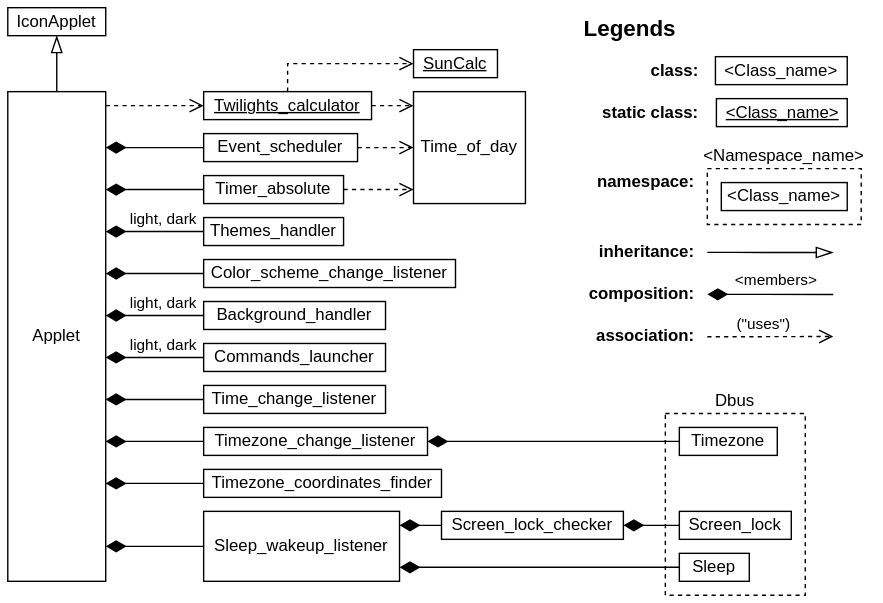
Before: auto-dark-light@gihaume/files/auto-dark-light@gihaume/lib/CLASSES HIERARCHY.drawio.svg, a diagram exported from draw.io (linuxmint/cinnamon-spices-applets). Source tidied: cells renumbered, new cells last; positions are measured from the earlier drawing's top-left corner, leaving out a move shared by most shapes.
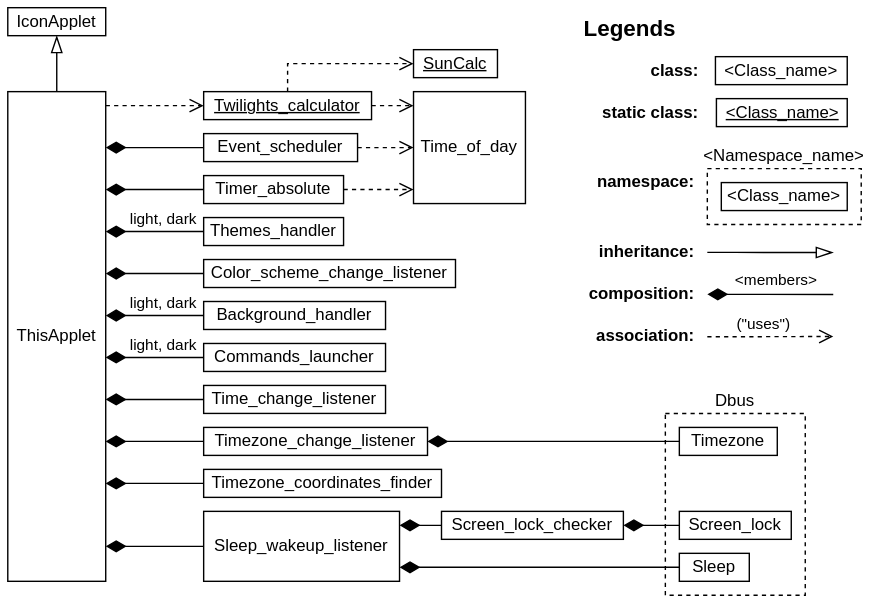
Later version of the same file.

Diff of the diagram source:
```diff
@@ -169,7 +169,7 @@
         </Array>
       </mxGeometry>
     </mxCell>
-    <mxCell id="32" value="Applet" style="rounded=0;whiteSpace=wrap;html=1;" parent="1" vertex="1">
+    <mxCell id="32" value="ThisApplet" style="rounded=0;whiteSpace=wrap;html=1;" parent="1" vertex="1">
       <mxGeometry y="60" width="70" height="350" as="geometry" />
     </mxCell>
     <mxCell id="33" style="edgeStyle=orthogonalEdgeStyle;rounded=0;jettySize=auto;html=1;endArrow=none;endFill=0;endSize=6;startSize=10;startArrow=blockThin;startFill=0;" parent="1" edge="1" source="34" target="32">
```
